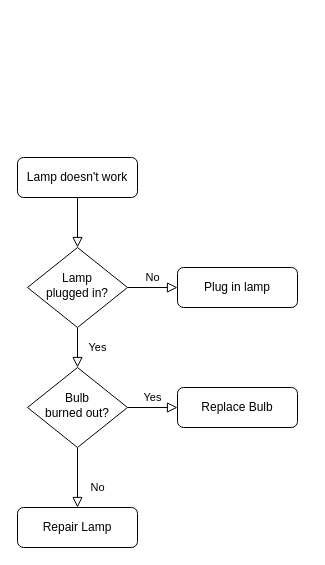
The draw.io diagram Flowchart Design.drawio in rubin429/design-port-and-harbour, before the edit. Source tidied: cells renumbered, new cells numbered last; positions are measured from the earlier drawing's top-left corner, leaving out a move shared by most shapes. Both pictures are drawn from the tidied source at 100%, with x=0, y=0 at pixel (17, 157).
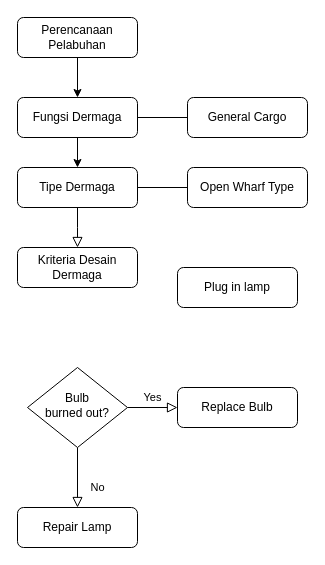
The same page after the edit.

Change to the diagram source:
```diff
@@
 <mxGraphModel>
   <root>
     <mxCell id="0" />
     <mxCell id="1" parent="0" />
-    <mxCell id="2" style="rounded=0;html=1;jettySize=auto;fontSize=11;endArrow=block;endFill=0;endSize=8;strokeWidth=1;shadow=0;labelBackgroundColor=none;edgeStyle=orthogonalEdgeStyle;" parent="1" edge="1" source="3" target="6">
-      <mxGeometry relative="1" as="geometry" />
+    <mxCell id="2" style="rounded=0;html=1;jettySize=auto;fontSize=11;endArrow=block;endFill=0;endSize=8;strokeWidth=1;shadow=0;labelBackgroundColor=none;edgeStyle=orthogonalEdgeStyle;exitX=0.5;exitY=1;exitDx=0;exitDy=0;" parent="1" edge="1" source="18">
+      <mxGeometry relative="1" as="geometry">
+        <mxPoint x="60" y="90" as="targetPoint" />
+      </mxGeometry>
     </mxCell>
+    <mxCell id="13" style="edgeStyle=orthogonalEdgeStyle;rounded=0;jettySize=auto;html=1;entryX=0.5;entryY=0;entryDx=0;entryDy=0;" parent="1" edge="1" source="3" target="18">
+      <mxGeometry relative="1" as="geometry" />
+    </mxCell>
+    <mxCell id="14" style="edgeStyle=orthogonalEdgeStyle;rounded=0;jettySize=auto;html=1;entryX=0;entryY=0.5;entryDx=0;entryDy=0;endArrow=none;endFill=0;" parent="1" edge="1" source="3" target="20">
+      <mxGeometry relative="1" as="geometry" />
+    </mxCell>
-    <mxCell id="3" value="Lamp doesn't work" style="rounded=1;whiteSpace=wrap;html=1;fontSize=12;glass=0;strokeWidth=1;shadow=0;" parent="1" vertex="1">
-      <mxGeometry width="120" height="40" as="geometry" />
+    <mxCell id="3" value="Fungsi Dermaga" style="rounded=1;whiteSpace=wrap;html=1;fontSize=12;glass=0;strokeWidth=1;shadow=0;" parent="1" vertex="1">
+      <mxGeometry y="-60" width="120" height="40" as="geometry" />
     </mxCell>
-    <mxCell id="4" value="Yes" style="rounded=0;html=1;jettySize=auto;fontSize=11;endArrow=block;endFill=0;endSize=8;strokeWidth=1;shadow=0;labelBackgroundColor=none;edgeStyle=orthogonalEdgeStyle;" parent="1" edge="1" source="6" target="10">
-      <mxGeometry y="20" relative="1" as="geometry" />
-    </mxCell>
-    <mxCell id="5" value="No" style="edgeStyle=orthogonalEdgeStyle;rounded=0;html=1;jettySize=auto;fontSize=11;endArrow=block;endFill=0;endSize=8;strokeWidth=1;shadow=0;labelBackgroundColor=none;" parent="1" edge="1" source="6" target="7">
-      <mxGeometry y="10" relative="1" as="geometry" />
-    </mxCell>
-    <mxCell id="6" value="Lamp&lt;br&gt;plugged in?" style="rhombus;whiteSpace=wrap;html=1;shadow=0;fontFamily=Helvetica;fontSize=12;align=center;strokeWidth=1;spacing=6;spacingTop=-4;" parent="1" vertex="1">
-      <mxGeometry x="10" y="90" width="100" height="80" as="geometry" />
-    </mxCell>
     <mxCell id="7" value="Plug in lamp" style="rounded=1;whiteSpace=wrap;html=1;fontSize=12;glass=0;strokeWidth=1;shadow=0;" parent="1" vertex="1">
       <mxGeometry x="160" y="110" width="120" height="40" as="geometry" />
     </mxCell>
     <mxCell id="8" value="No" style="rounded=0;html=1;jettySize=auto;fontSize=11;endArrow=block;endFill=0;endSize=8;strokeWidth=1;shadow=0;labelBackgroundColor=none;edgeStyle=orthogonalEdgeStyle;" parent="1" edge="1" source="10" target="11">
       <mxGeometry x="0.33" y="20" relative="1" as="geometry" />
     </mxCell>
     <mxCell id="9" value="Yes" style="edgeStyle=orthogonalEdgeStyle;rounded=0;html=1;jettySize=auto;fontSize=11;endArrow=block;endFill=0;endSize=8;strokeWidth=1;shadow=0;labelBackgroundColor=none;" parent="1" edge="1" source="10" target="12">
       <mxGeometry y="10" relative="1" as="geometry" />
     </mxCell>
     <mxCell id="10" value="Bulb&lt;br&gt;burned out?" style="rhombus;whiteSpace=wrap;html=1;shadow=0;fontFamily=Helvetica;fontSize=12;align=center;strokeWidth=1;spacing=6;spacingTop=-4;" parent="1" vertex="1">
       <mxGeometry x="10" y="210" width="100" height="80" as="geometry" />
     </mxCell>
     <mxCell id="11" value="Repair Lamp" style="rounded=1;whiteSpace=wrap;html=1;fontSize=12;glass=0;strokeWidth=1;shadow=0;" parent="1" vertex="1">
       <mxGeometry y="350" width="120" height="40" as="geometry" />
     </mxCell>
     <mxCell id="12" value="Replace Bulb" style="rounded=1;whiteSpace=wrap;html=1;fontSize=12;glass=0;strokeWidth=1;shadow=0;" parent="1" vertex="1">
       <mxGeometry x="160" y="230" width="120" height="40" as="geometry" />
     </mxCell>
+    <mxCell id="15" style="edgeStyle=orthogonalEdgeStyle;rounded=0;jettySize=auto;html=1;" parent="1" edge="1" source="16" target="3">
+      <mxGeometry relative="1" as="geometry" />
+    </mxCell>
+    <mxCell id="16" value="Perencanaan Pelabuhan" style="rounded=1;whiteSpace=wrap;html=1;fontSize=12;glass=0;strokeWidth=1;shadow=0;" parent="1" vertex="1">
+      <mxGeometry y="-140" width="120" height="40" as="geometry" />
+    </mxCell>
+    <mxCell id="17" style="edgeStyle=orthogonalEdgeStyle;rounded=0;jettySize=auto;html=1;exitX=1;exitY=0.5;exitDx=0;exitDy=0;endArrow=none;endFill=0;" parent="1" edge="1" source="18" target="19">
+      <mxGeometry relative="1" as="geometry" />
+    </mxCell>
+    <mxCell id="18" value="Tipe Dermaga" style="rounded=1;whiteSpace=wrap;html=1;fontSize=12;glass=0;strokeWidth=1;shadow=0;" parent="1" vertex="1">
+      <mxGeometry y="10" width="120" height="40" as="geometry" />
+    </mxCell>
+    <mxCell id="19" value="Open Wharf Type" style="rounded=1;whiteSpace=wrap;html=1;fontSize=12;glass=0;strokeWidth=1;shadow=0;" parent="1" vertex="1">
+      <mxGeometry x="170" y="10" width="120" height="40" as="geometry" />
+    </mxCell>
+    <mxCell id="20" value="General Cargo" style="rounded=1;whiteSpace=wrap;html=1;fontSize=12;glass=0;strokeWidth=1;shadow=0;" parent="1" vertex="1">
+      <mxGeometry x="170" y="-60" width="120" height="40" as="geometry" />
+    </mxCell>
+    <mxCell id="21" value="Kriteria Desain Dermaga" style="rounded=1;whiteSpace=wrap;html=1;fontSize=12;glass=0;strokeWidth=1;shadow=0;" parent="1" vertex="1">
+      <mxGeometry y="90" width="120" height="40" as="geometry" />
+    </mxCell>
   </root>
 </mxGraphModel>
```
